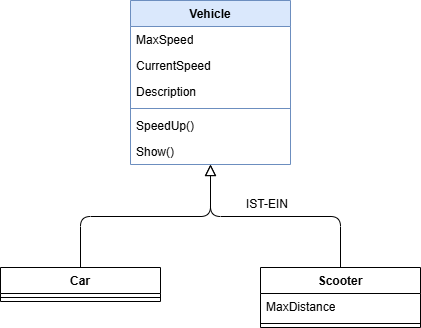
nicolaswaldner/sw_developer_2025_nicolas keeps this draw.io diagram as 20260120/overview.drawio.png. Above is the earlier version. Source tidied: cells renumbered, new cells last; positions are measured from the earlier drawing's top-left corner, leaving out a move shared by most shapes. Its diagram source:
```xml
<mxGraphModel>
  <root>
    <mxCell id="0" />
    <mxCell id="1" parent="0" />
    <mxCell id="2" style="edgeStyle=elbowEdgeStyle;html=1;endArrow=none;endFill=0;elbow=vertical;startArrow=block;startFill=0;startSize=9;endSize=9;" parent="1" edge="1" source="4" target="11">
      <mxGeometry relative="1" as="geometry" />
    </mxCell>
    <mxCell id="3" style="edgeStyle=elbowEdgeStyle;html=1;elbow=vertical;endArrow=none;endFill=0;startArrow=block;startFill=0;startSize=9;endSize=9;sourcePerimeterSpacing=0;rounded=1;curved=0;" parent="1" edge="1" source="4" target="13">
      <mxGeometry relative="1" as="geometry" />
    </mxCell>
    <mxCell id="4" value="Vehicle" style="swimlane;fontStyle=1;align=center;verticalAlign=top;horizontal=1;startSize=26;whiteSpace=wrap;html=1;fillColor=#dae8fc;strokeColor=#6c8ebf;" parent="1" vertex="1">
      <mxGeometry x="130" width="160" height="164" as="geometry" />
    </mxCell>
    <mxCell id="5" value="MaxSpeed" style="text;strokeColor=none;fillColor=none;align=left;verticalAlign=top;spacingLeft=4;spacingRight=4;overflow=hidden;whiteSpace=wrap;html=1;" parent="4" vertex="1">
      <mxGeometry y="26" width="160" height="26" as="geometry" />
    </mxCell>
    <mxCell id="6" value="CurrentSpeed" style="text;strokeColor=none;fillColor=none;align=left;verticalAlign=top;spacingLeft=4;spacingRight=4;overflow=hidden;whiteSpace=wrap;html=1;" parent="4" vertex="1">
      <mxGeometry y="52" width="160" height="26" as="geometry" />
    </mxCell>
    <mxCell id="7" value="Description" style="text;strokeColor=none;fillColor=none;align=left;verticalAlign=top;spacingLeft=4;spacingRight=4;overflow=hidden;whiteSpace=wrap;html=1;" parent="4" vertex="1">
      <mxGeometry y="78" width="160" height="26" as="geometry" />
    </mxCell>
    <mxCell id="8" style="line;strokeWidth=1;fillColor=none;align=left;verticalAlign=middle;spacingTop=-1;spacingLeft=3;spacingRight=3;labelPosition=right;strokeColor=inherit;" parent="4" vertex="1">
      <mxGeometry y="104" width="160" height="8" as="geometry" />
    </mxCell>
    <mxCell id="9" value="SpeedUp()" style="text;strokeColor=none;fillColor=none;align=left;verticalAlign=top;spacingLeft=4;spacingRight=4;overflow=hidden;whiteSpace=wrap;html=1;" parent="4" vertex="1">
      <mxGeometry y="112" width="160" height="26" as="geometry" />
    </mxCell>
    <mxCell id="10" value="Show()" style="text;strokeColor=none;fillColor=none;align=left;verticalAlign=top;spacingLeft=4;spacingRight=4;overflow=hidden;whiteSpace=wrap;html=1;" parent="4" vertex="1">
      <mxGeometry y="138" width="160" height="26" as="geometry" />
    </mxCell>
    <mxCell id="11" value="Car" style="swimlane;fontStyle=1;align=center;verticalAlign=top;horizontal=1;startSize=26;whiteSpace=wrap;html=1;" parent="1" vertex="1">
      <mxGeometry y="267" width="160" height="34" as="geometry" />
    </mxCell>
    <mxCell id="12" style="line;strokeWidth=1;fillColor=none;align=left;verticalAlign=middle;spacingTop=-1;spacingLeft=3;spacingRight=3;labelPosition=right;strokeColor=inherit;" parent="11" vertex="1">
      <mxGeometry y="26" width="160" height="8" as="geometry" />
    </mxCell>
    <mxCell id="13" value="Scooter" style="swimlane;fontStyle=1;align=center;verticalAlign=top;horizontal=1;startSize=26;whiteSpace=wrap;html=1;" parent="1" vertex="1">
      <mxGeometry x="260" y="267" width="160" height="60" as="geometry" />
    </mxCell>
    <mxCell id="14" value="MaxDistance" style="text;strokeColor=none;fillColor=none;align=left;verticalAlign=top;spacingLeft=4;spacingRight=4;overflow=hidden;whiteSpace=wrap;html=1;" parent="13" vertex="1">
      <mxGeometry y="26" width="160" height="26" as="geometry" />
    </mxCell>
    <mxCell id="15" style="line;strokeWidth=1;fillColor=none;align=left;verticalAlign=middle;spacingTop=-1;spacingLeft=3;spacingRight=3;labelPosition=right;strokeColor=inherit;" parent="13" vertex="1">
      <mxGeometry y="52" width="160" height="8" as="geometry" />
    </mxCell>
    <mxCell id="16" value="IST-EIN" style="text;strokeColor=none;fillColor=none;align=left;verticalAlign=top;spacingLeft=4;spacingRight=4;overflow=hidden;whiteSpace=wrap;html=1;" parent="1" vertex="1">
      <mxGeometry x="240" y="190" width="100" height="26" as="geometry" />
    </mxCell>
  </root>
</mxGraphModel>
```
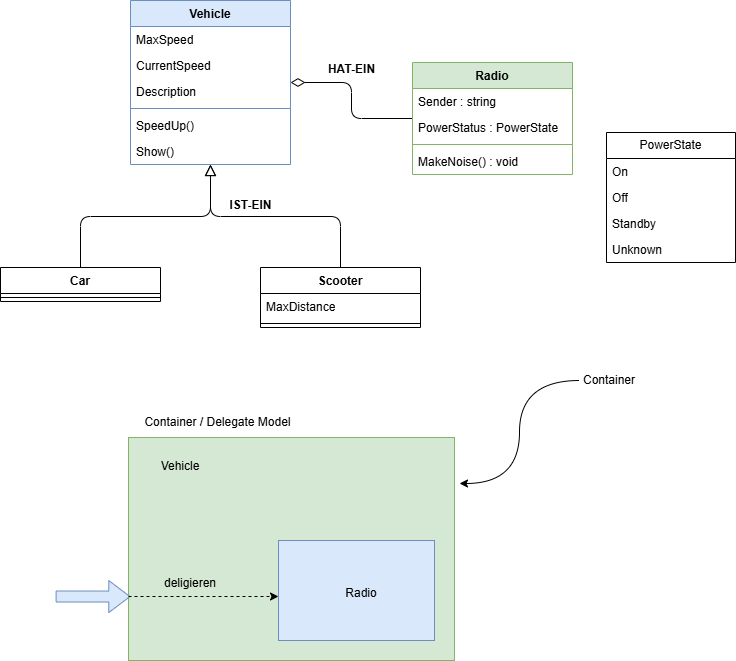
After the change.

What changed in the source:
```diff
@@ -44,8 +44,79 @@
     <mxCell id="15" style="line;strokeWidth=1;fillColor=none;align=left;verticalAlign=middle;spacingTop=-1;spacingLeft=3;spacingRight=3;labelPosition=right;strokeColor=inherit;" parent="13" vertex="1">
       <mxGeometry y="52" width="160" height="8" as="geometry" />
     </mxCell>
+    <mxCell id="17" style="edgeStyle=orthogonalEdgeStyle;html=1;endArrow=diamondThin;endFill=0;strokeWidth=1;endSize=12;" parent="1" edge="1" source="18" target="4">
+      <mxGeometry relative="1" as="geometry" />
+    </mxCell>
+    <mxCell id="18" value="Radio" style="swimlane;fontStyle=1;align=center;verticalAlign=top;horizontal=1;startSize=26;whiteSpace=wrap;html=1;fillColor=#d5e8d4;strokeColor=#82b366;" parent="1" vertex="1">
+      <mxGeometry x="412" y="62" width="160" height="112" as="geometry" />
+    </mxCell>
+    <mxCell id="19" value="Sender : string" style="text;strokeColor=none;fillColor=none;align=left;verticalAlign=top;spacingLeft=4;spacingRight=4;overflow=hidden;whiteSpace=wrap;html=1;" parent="18" vertex="1">
+      <mxGeometry y="26" width="160" height="26" as="geometry" />
+    </mxCell>
+    <mxCell id="20" value="PowerStatus : PowerState" style="text;strokeColor=none;fillColor=none;align=left;verticalAlign=top;spacingLeft=4;spacingRight=4;overflow=hidden;whiteSpace=wrap;html=1;" parent="18" vertex="1">
+      <mxGeometry y="52" width="160" height="26" as="geometry" />
+    </mxCell>
+    <mxCell id="21" style="line;strokeWidth=1;fillColor=none;align=left;verticalAlign=middle;spacingTop=-1;spacingLeft=3;spacingRight=3;labelPosition=right;strokeColor=inherit;" parent="18" vertex="1">
+      <mxGeometry y="78" width="160" height="8" as="geometry" />
+    </mxCell>
+    <mxCell id="22" value="MakeNoise() : void" style="text;strokeColor=none;fillColor=none;align=left;verticalAlign=top;spacingLeft=4;spacingRight=4;overflow=hidden;whiteSpace=wrap;html=1;" parent="18" vertex="1">
+      <mxGeometry y="86" width="160" height="26" as="geometry" />
+    </mxCell>
+    <mxCell id="23" value="PowerState" style="swimlane;fontStyle=0;horizontal=1;startSize=26;fillColor=none;whiteSpace=wrap;html=1;" parent="1" vertex="1">
+      <mxGeometry x="606" y="132" width="129" height="130" as="geometry" />
+    </mxCell>
+    <mxCell id="24" value="On" style="text;strokeColor=none;fillColor=none;align=left;verticalAlign=top;spacingLeft=4;spacingRight=4;overflow=hidden;whiteSpace=wrap;html=1;" parent="23" vertex="1">
+      <mxGeometry y="26" width="129" height="26" as="geometry" />
+    </mxCell>
+    <mxCell id="25" value="Off" style="text;strokeColor=none;fillColor=none;align=left;verticalAlign=top;spacingLeft=4;spacingRight=4;overflow=hidden;whiteSpace=wrap;html=1;" parent="23" vertex="1">
+      <mxGeometry y="52" width="129" height="26" as="geometry" />
+    </mxCell>
+    <mxCell id="26" value="Standby" style="text;strokeColor=none;fillColor=none;align=left;verticalAlign=top;spacingLeft=4;spacingRight=4;overflow=hidden;whiteSpace=wrap;html=1;" parent="23" vertex="1">
+      <mxGeometry y="78" width="129" height="26" as="geometry" />
+    </mxCell>
+    <mxCell id="27" value="Unknown" style="text;strokeColor=none;fillColor=none;align=left;verticalAlign=top;spacingLeft=4;spacingRight=4;overflow=hidden;whiteSpace=wrap;html=1;" parent="23" vertex="1">
+      <mxGeometry y="104" width="129" height="26" as="geometry" />
+    </mxCell>
+    <mxCell id="28" value="HAT-EIN" style="text;align=center;fontStyle=1;verticalAlign=middle;spacingLeft=3;spacingRight=3;strokeColor=none;html=1;" parent="1" vertex="1">
+      <mxGeometry x="311" y="56" width="80" height="26" as="geometry" />
+    </mxCell>
-    <mxCell id="16" value="IST-EIN" style="text;strokeColor=none;fillColor=none;align=left;verticalAlign=top;spacingLeft=4;spacingRight=4;overflow=hidden;whiteSpace=wrap;html=1;" parent="1" vertex="1">
-      <mxGeometry x="240" y="190" width="100" height="26" as="geometry" />
+    <mxCell id="16" value="IST-EIN" style="text;align=center;fontStyle=1;verticalAlign=middle;spacingLeft=3;spacingRight=3;strokeColor=none;html=1;" parent="1" vertex="1">
+      <mxGeometry x="210" y="192" width="80" height="26" as="geometry" />
     </mxCell>
+    <mxCell id="29" style="rounded=0;whiteSpace=wrap;html=1;fillColor=#d5e8d4;strokeColor=#82b366;" parent="1" vertex="1">
+      <mxGeometry x="128" y="437" width="326" height="223" as="geometry" />
+    </mxCell>
+    <mxCell id="30" style="rounded=0;whiteSpace=wrap;html=1;fillColor=#dae8fc;strokeColor=#6c8ebf;" parent="1" vertex="1">
+      <mxGeometry x="278" y="540" width="156" height="100" as="geometry" />
+    </mxCell>
+    <mxCell id="31" value="Vehicle" style="text;html=1;align=center;verticalAlign=middle;whiteSpace=wrap;rounded=0;" parent="1" vertex="1">
+      <mxGeometry x="150" y="451" width="60" height="30" as="geometry" />
+    </mxCell>
+    <mxCell id="32" value="Radio" style="text;html=1;align=center;verticalAlign=middle;whiteSpace=wrap;rounded=0;" parent="1" vertex="1">
+      <mxGeometry x="331" y="578" width="60" height="30" as="geometry" />
+    </mxCell>
+    <mxCell id="33" value="Container" style="text;html=1;align=center;verticalAlign=middle;whiteSpace=wrap;rounded=0;" parent="1" vertex="1">
+      <mxGeometry x="579" y="365" width="60" height="30" as="geometry" />
+    </mxCell>
+    <mxCell id="34" style="endArrow=classic;html=1;edgeStyle=elbowEdgeStyle;rounded=0;curved=1;" parent="1" edge="1" source="33">
+      <mxGeometry relative="1" as="geometry">
+        <mxPoint x="459" y="483" as="targetPoint" />
+      </mxGeometry>
+    </mxCell>
+    <mxCell id="35" style="shape=flexArrow;endArrow=classic;html=1;width=11;endSize=6.74;entryX=0.012;entryY=0.803;entryDx=0;entryDy=0;entryPerimeter=0;fillColor=#dae8fc;strokeColor=#6c8ebf;" parent="1" edge="1">
+      <mxGeometry relative="1" as="geometry">
+        <mxPoint x="55.1" y="596" as="sourcePoint" />
+        <mxPoint x="130" y="596.1" as="targetPoint" />
+      </mxGeometry>
+    </mxCell>
+    <mxCell id="36" style="endArrow=classic;html=1;exitX=0;exitY=0.713;exitDx=0;exitDy=0;exitPerimeter=0;dashed=1;edgeStyle=elbowEdgeStyle;elbow=vertical;" parent="1" edge="1" source="29" target="30">
+      <mxGeometry relative="1" as="geometry" />
+    </mxCell>
+    <mxCell id="37" value="deligieren" style="text;html=1;align=center;verticalAlign=middle;whiteSpace=wrap;rounded=0;" parent="1" vertex="1">
+      <mxGeometry x="160" y="568" width="60" height="30" as="geometry" />
+    </mxCell>
+    <mxCell id="38" value="Container / Delegate Model" style="text;html=1;align=center;verticalAlign=middle;whiteSpace=wrap;rounded=0;" parent="1" vertex="1">
+      <mxGeometry x="130" y="407" width="175" height="30" as="geometry" />
+    </mxCell>
   </root>
 </mxGraphModel>
```
